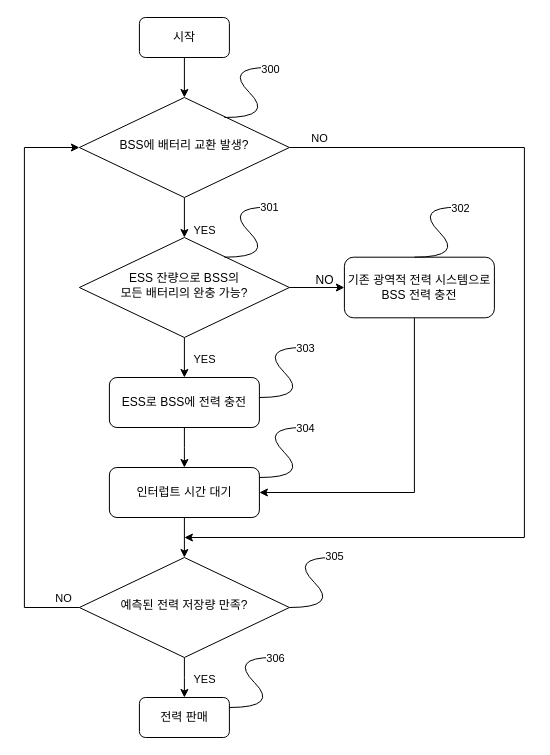
ChanY00/- keeps this draw.io diagram as BSS-순서도.drawio. Above is the earlier version. Source tidied: cells renumbered, new cells numbered last; positions are measured from the earlier drawing's top-left corner, leaving out a move shared by most shapes. Both pictures are drawn from the tidied source at 100%, with x=0, y=0 at pixel (24, 17).
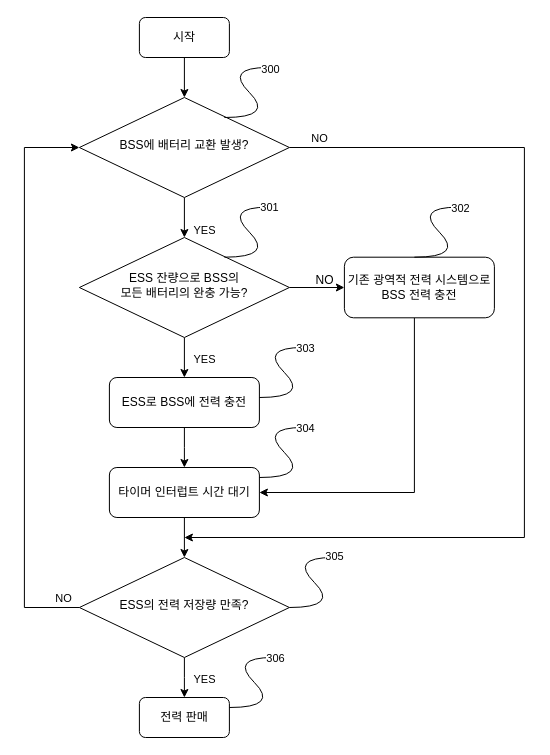
The same page after the edit.

Commit message (it also covers changes not shown here):
BSS-순서도.drawio 업데이트

Change to the diagram source:
```diff
@@
-    <mxCell id="17" value="인터럽트 시간 대기" style="rounded=1;whiteSpace=wrap;html=1;fontSize=12;glass=0;strokeWidth=1;shadow=0;" parent="1" vertex="1">
+    <mxCell id="17" value="타이머 인터럽트 시간 대기" style="rounded=1;whiteSpace=wrap;html=1;fontSize=12;glass=0;strokeWidth=1;shadow=0;" parent="1" vertex="1">
       <mxGeometry x="84.9" y="450" width="150" height="50" as="geometry" />
     </mxCell>
@@
-    <mxCell id="22" value="예측된 전력 저장량 만족?" style="rhombus;whiteSpace=wrap;html=1;shadow=0;fontFamily=Helvetica;fontSize=12;align=center;strokeWidth=1;spacing=6;spacingTop=-4;" parent="1" vertex="1">
+    <mxCell id="22" value="ESS의 전력 저장량 만족?" style="rhombus;whiteSpace=wrap;html=1;shadow=0;fontFamily=Helvetica;fontSize=12;align=center;strokeWidth=1;spacing=6;spacingTop=-4;" parent="1" vertex="1">
       <mxGeometry x="54.9" y="540" width="210" height="100" as="geometry" />
     </mxCell>
```
